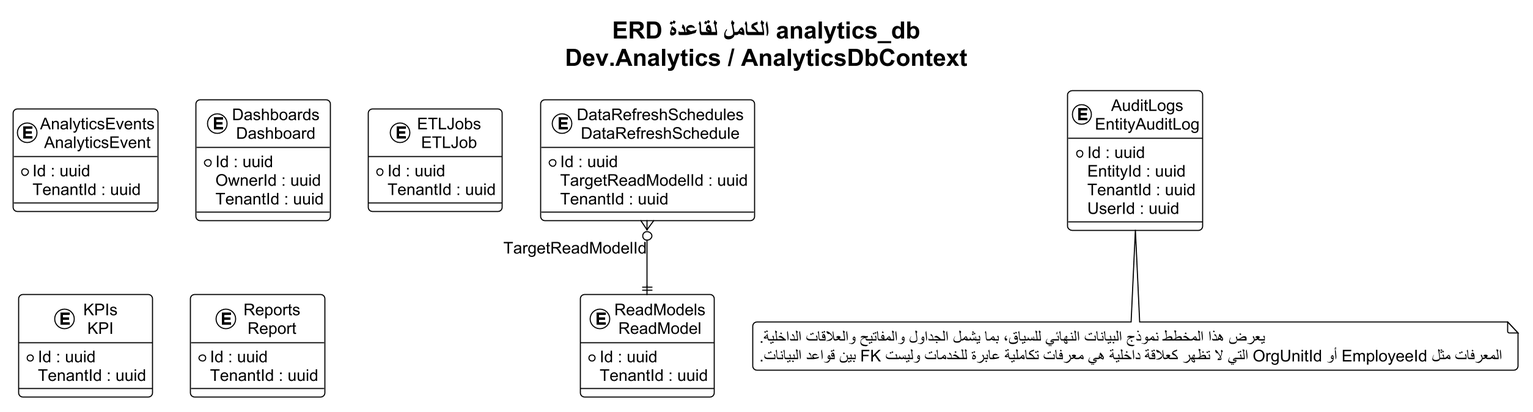
Earlier version of the PlantUML export docs/thesis_diagrams/database_erdds/rendered/05_analytics.png (omardefdev/HRManagement). Source of this version:
```plantuml
@startuml
!theme plain
skinparam backgroundColor #FFFFFF
skinparam defaultFontName Arial
skinparam defaultFontSize 15
skinparam shadowing false
skinparam roundcorner 8
skinparam linetype ortho
skinparam dpi 170
skinparam EntityBorderColor #0F6B73
skinparam EntityBackgroundColor #F4FAFA
top to bottom direction
title "ERD الكامل لقاعدة analytics_db\nDev.Analytics / AnalyticsDbContext"

entity "AnalyticsEvents\nAnalyticsEvent" as T01 {
  * Id : uuid
    TenantId : uuid
}
entity "Dashboards\nDashboard" as T02 {
  * Id : uuid
    OwnerId : uuid
    TenantId : uuid
}
entity "DataRefreshSchedules\nDataRefreshSchedule" as T03 {
  * Id : uuid
    TargetReadModelId : uuid
    TenantId : uuid
}
entity "ETLJobs\nETLJob" as T04 {
  * Id : uuid
    TenantId : uuid
}
entity "KPIs\nKPI" as T05 {
  * Id : uuid
    TenantId : uuid
}
entity "ReadModels\nReadModel" as T06 {
  * Id : uuid
    TenantId : uuid
}
entity "Reports\nReport" as T07 {
  * Id : uuid
    TenantId : uuid
}
entity "AuditLogs\nEntityAuditLog" as T08 {
  * Id : uuid
    EntityId : uuid
    TenantId : uuid
    UserId : uuid
}

T03 }o--|| T06 : TargetReadModelId

note bottom
يعرض هذا المخطط نموذج البيانات النهائي للسياق، بما يشمل الجداول والمفاتيح والعلاقات الداخلية.
المعرفات مثل EmployeeId أو OrgUnitId التي لا تظهر كعلاقة داخلية هي معرفات تكاملية عابرة للخدمات وليست FK بين قواعد البيانات.
end note
@enduml
```
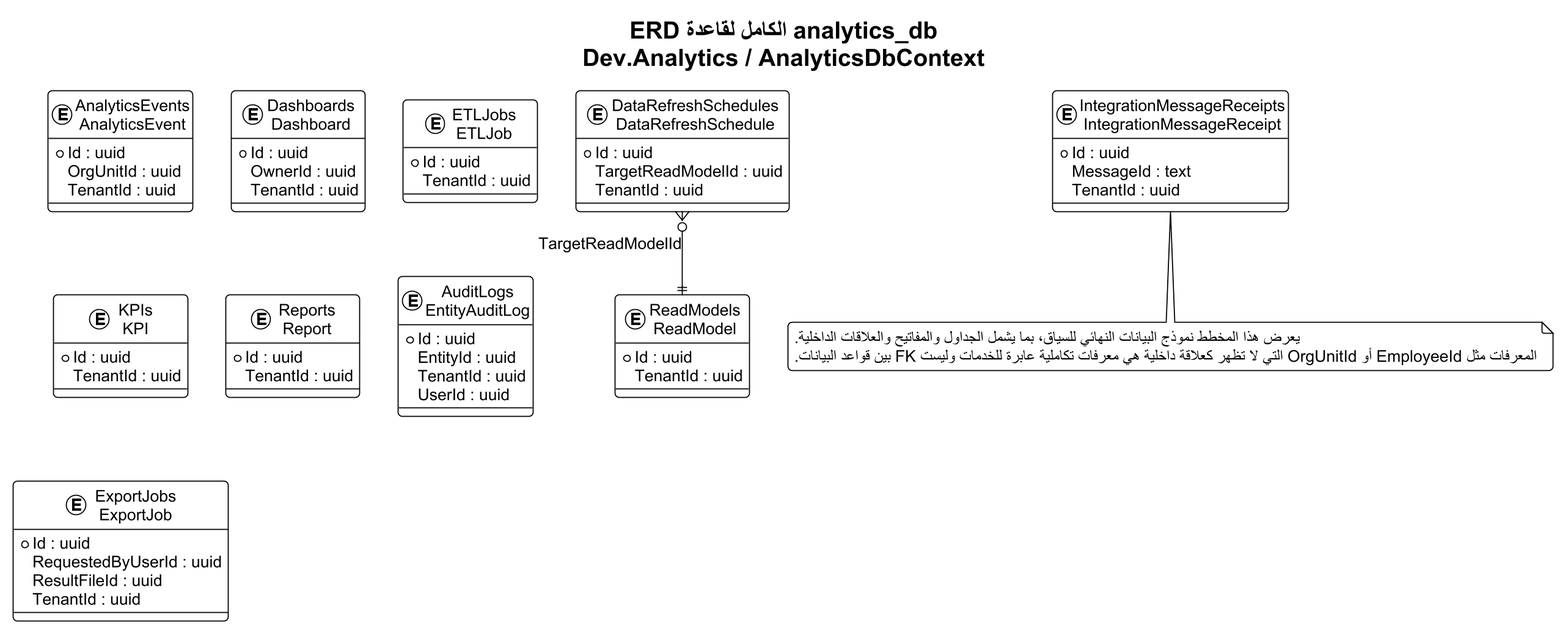
The same file after the commit.

The edit, as a diff of the source:
```diff
@@ -14,6 +14,7 @@
 
 entity "AnalyticsEvents\nAnalyticsEvent" as T01 {
   * Id : uuid
+    OrgUnitId : uuid
     TenantId : uuid
 }
 entity "Dashboards\nDashboard" as T02 {
@@ -48,6 +49,17 @@
     TenantId : uuid
     UserId : uuid
 }
+entity "ExportJobs\nExportJob" as T09 {
+  * Id : uuid
+    RequestedByUserId : uuid
+    ResultFileId : uuid
+    TenantId : uuid
+}
+entity "IntegrationMessageReceipts\nIntegrationMessageReceipt" as T10 {
+  * Id : uuid
+    MessageId : text
+    TenantId : uuid
+}
 
 T03 }o--|| T06 : TargetReadModelId
 
```
